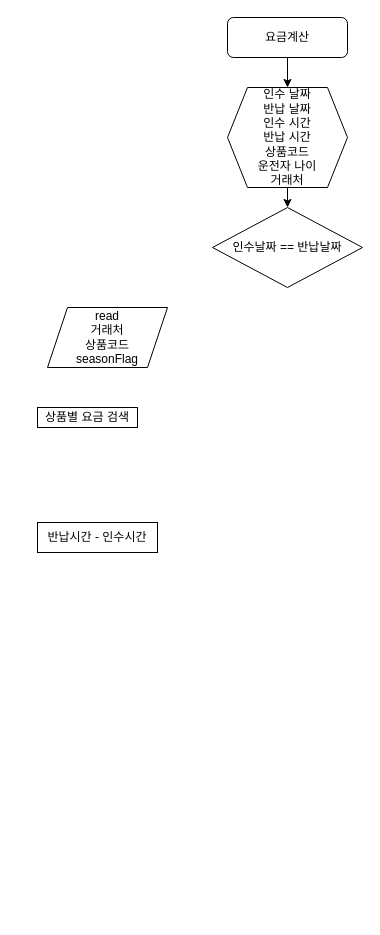
This is AmtCalc.drawio from nsnnsn12/TestProject, a draw.io file, before an edit. Source tidied: cells renumbered, new cells numbered last; positions are measured from the earlier drawing's top-left corner, leaving out a move shared by most shapes. Both pictures are drawn from the tidied source at 100%, with x=0, y=0 at pixel (37, 17).
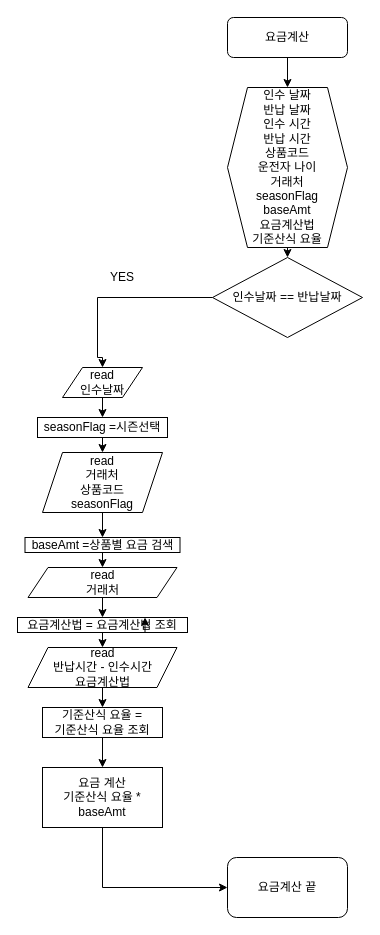
Above is the later version.

Change to the diagram source:
```diff
@@
-    <mxCell id="5" value="인수 날짜&#10;반납 날짜&#10;인수 시간&#10;반납 시간&#10;상품코드&#10;운전자 나이&#10;거래처" style="shape=hexagon;perimeter=hexagonPerimeter2;whiteSpace=wrap;html=1;fixedSize=1;" parent="1" vertex="1">
-      <mxGeometry x="190" y="70" width="120" height="100" as="geometry" />
+    <mxCell id="5" value="인수 날짜&lt;br&gt;반납 날짜&lt;br&gt;인수 시간&lt;br&gt;반납 시간&lt;br&gt;상품코드&lt;br&gt;운전자 나이&lt;br&gt;거래처&lt;br&gt;seasonFlag&lt;br&gt;baseAmt&lt;br&gt;요금계산법&lt;br&gt;기준산식 요율" style="shape=hexagon;perimeter=hexagonPerimeter2;whiteSpace=wrap;html=1;fixedSize=1;" parent="1" vertex="1">
+      <mxGeometry x="190" y="70" width="120" height="160" as="geometry" />
     </mxCell>
+    <mxCell id="10" style="edgeStyle=orthogonalEdgeStyle;rounded=0;jettySize=auto;html=1;exitX=0;exitY=0.5;exitDx=0;exitDy=0;entryX=0.5;entryY=0;entryDx=0;entryDy=0;" parent="1" edge="1" source="6" target="14">
+      <mxGeometry relative="1" as="geometry">
+        <Array as="points">
+          <mxPoint x="60" y="280" />
+          <mxPoint x="60" y="340" />
+          <mxPoint x="65" y="340" />
+        </Array>
+      </mxGeometry>
+    </mxCell>
     <mxCell id="6" value="인수날짜 == 반납날짜" style="rhombus;whiteSpace=wrap;html=1;" parent="1" vertex="1">
-      <mxGeometry x="175" y="190" width="150" height="80" as="geometry" />
+      <mxGeometry x="175" y="240" width="150" height="80" as="geometry" />
     </mxCell>
-    <mxCell id="7" value="반납시간 - 인수시간" style="rounded=0;whiteSpace=wrap;html=1;" parent="1" vertex="1">
-      <mxGeometry y="505" width="120" height="30" as="geometry" />
-    </mxCell>
+    <mxCell id="11" style="edgeStyle=orthogonalEdgeStyle;rounded=0;jettySize=auto;html=1;exitX=0.5;exitY=1;exitDx=0;exitDy=0;entryX=0.5;entryY=0;entryDx=0;entryDy=0;" parent="1" edge="1" source="8" target="9">
+      <mxGeometry relative="1" as="geometry" />
+    </mxCell>
     <mxCell id="8" value="read&lt;br&gt;거래처&lt;br&gt;상품코드&lt;br&gt;seasonFlag" style="shape=parallelogram;perimeter=parallelogramPerimeter;whiteSpace=wrap;html=1;fixedSize=1;" parent="1" vertex="1">
-      <mxGeometry x="10" y="290" width="120" height="60" as="geometry" />
+      <mxGeometry x="5" y="435" width="120" height="60" as="geometry" />
     </mxCell>
+    <mxCell id="12" style="edgeStyle=orthogonalEdgeStyle;rounded=0;jettySize=auto;html=1;exitX=0.5;exitY=1;exitDx=0;exitDy=0;entryX=0.5;entryY=0;entryDx=0;entryDy=0;" parent="1" edge="1" source="9" target="21">
+      <mxGeometry relative="1" as="geometry" />
+    </mxCell>
-    <mxCell id="9" value="상품별 요금 검색" style="rounded=0;whiteSpace=wrap;html=1;" parent="1" vertex="1">
-      <mxGeometry y="390" width="100" height="20" as="geometry" />
+    <mxCell id="9" value="baseAmt =상품별 요금 검색&lt;br&gt;" style="rounded=0;whiteSpace=wrap;html=1;" parent="1" vertex="1">
+      <mxGeometry x="-12.5" y="520" width="155" height="15" as="geometry" />
     </mxCell>
+    <mxCell id="13" style="edgeStyle=orthogonalEdgeStyle;rounded=0;jettySize=auto;html=1;exitX=0.5;exitY=1;exitDx=0;exitDy=0;entryX=0.5;entryY=0;entryDx=0;entryDy=0;" parent="1" edge="1" source="14" target="16">
+      <mxGeometry relative="1" as="geometry" />
+    </mxCell>
+    <mxCell id="14" value="read&lt;br&gt;인수날짜" style="shape=parallelogram;perimeter=parallelogramPerimeter;whiteSpace=wrap;html=1;fixedSize=1;" parent="1" vertex="1">
+      <mxGeometry x="25" y="350" width="80" height="30" as="geometry" />
+    </mxCell>
+    <mxCell id="15" style="edgeStyle=orthogonalEdgeStyle;rounded=0;jettySize=auto;html=1;exitX=0.5;exitY=1;exitDx=0;exitDy=0;entryX=0.5;entryY=0;entryDx=0;entryDy=0;" parent="1" edge="1" source="16" target="8">
+      <mxGeometry relative="1" as="geometry" />
+    </mxCell>
+    <mxCell id="16" value="seasonFlag =시즌선택" style="rounded=0;whiteSpace=wrap;html=1;" parent="1" vertex="1">
+      <mxGeometry y="400" width="130" height="20" as="geometry" />
+    </mxCell>
+    <mxCell id="17" value="YES" style="text;html=1;strokeColor=none;fillColor=none;align=center;verticalAlign=middle;whiteSpace=wrap;rounded=0;" parent="1" vertex="1">
+      <mxGeometry x="65" y="250" width="40" height="20" as="geometry" />
+    </mxCell>
+    <mxCell id="18" style="edgeStyle=orthogonalEdgeStyle;rounded=0;jettySize=auto;html=1;exitX=0.5;exitY=1;exitDx=0;exitDy=0;entryX=0.5;entryY=0;entryDx=0;entryDy=0;" parent="1" edge="1" source="19" target="26">
+      <mxGeometry relative="1" as="geometry" />
+    </mxCell>
+    <mxCell id="19" value="read&lt;br&gt;반납시간 - 인수시간&lt;br&gt;요금계산법" style="shape=parallelogram;perimeter=parallelogramPerimeter;whiteSpace=wrap;html=1;fixedSize=1;" parent="1" vertex="1">
+      <mxGeometry x="-9.5" y="630" width="149" height="40" as="geometry" />
+    </mxCell>
+    <mxCell id="20" style="edgeStyle=orthogonalEdgeStyle;rounded=0;jettySize=auto;html=1;exitX=0.5;exitY=1;exitDx=0;exitDy=0;entryX=0.5;entryY=0;entryDx=0;entryDy=0;" parent="1" edge="1" source="21" target="23">
+      <mxGeometry relative="1" as="geometry" />
+    </mxCell>
+    <mxCell id="21" value="read&lt;br&gt;거래처" style="shape=parallelogram;perimeter=parallelogramPerimeter;whiteSpace=wrap;html=1;fixedSize=1;" parent="1" vertex="1">
+      <mxGeometry x="-9.5" y="550" width="149" height="30" as="geometry" />
+    </mxCell>
+    <mxCell id="22" style="edgeStyle=orthogonalEdgeStyle;rounded=0;jettySize=auto;html=1;exitX=0.5;exitY=1;exitDx=0;exitDy=0;entryX=0.5;entryY=0;entryDx=0;entryDy=0;" parent="1" edge="1" source="23" target="19">
+      <mxGeometry relative="1" as="geometry" />
+    </mxCell>
+    <mxCell id="23" value="요금계산법 = 요금계산법 조회" style="rounded=0;whiteSpace=wrap;html=1;" parent="1" vertex="1">
+      <mxGeometry x="-20" y="600" width="170" height="15" as="geometry" />
+    </mxCell>
+    <mxCell id="24" style="edgeStyle=orthogonalEdgeStyle;rounded=0;orthogonalLoop=1;jettySize=auto;html=1;exitX=0.75;exitY=1;exitDx=0;exitDy=0;entryX=0.75;entryY=0;entryDx=0;entryDy=0;" parent="1" edge="1" source="23" target="23">
+      <mxGeometry relative="1" as="geometry" />
+    </mxCell>
+    <mxCell id="25" style="edgeStyle=orthogonalEdgeStyle;rounded=0;jettySize=auto;html=1;exitX=0.5;exitY=1;exitDx=0;exitDy=0;entryX=0.5;entryY=0;entryDx=0;entryDy=0;" parent="1" edge="1" source="26" target="28">
+      <mxGeometry relative="1" as="geometry" />
+    </mxCell>
+    <mxCell id="26" value="기준산식 요율 = &lt;br&gt;기준산식 요율 조회" style="rounded=0;whiteSpace=wrap;html=1;" parent="1" vertex="1">
+      <mxGeometry x="5" y="690" width="120" height="30" as="geometry" />
+    </mxCell>
+    <mxCell id="27" style="edgeStyle=orthogonalEdgeStyle;rounded=0;jettySize=auto;html=1;exitX=0.5;exitY=1;exitDx=0;exitDy=0;entryX=0;entryY=0.5;entryDx=0;entryDy=0;" parent="1" edge="1" source="28" target="29">
+      <mxGeometry relative="1" as="geometry" />
+    </mxCell>
+    <mxCell id="28" value="요금 계산&lt;br&gt;기준산식 요율 * baseAmt" style="rounded=0;whiteSpace=wrap;html=1;" parent="1" vertex="1">
+      <mxGeometry x="5" y="750" width="120" height="60" as="geometry" />
+    </mxCell>
+    <mxCell id="29" value="요금계산 끝" style="rounded=1;whiteSpace=wrap;html=1;" parent="1" vertex="1">
+      <mxGeometry x="190" y="840" width="120" height="60" as="geometry" />
+    </mxCell>
```
